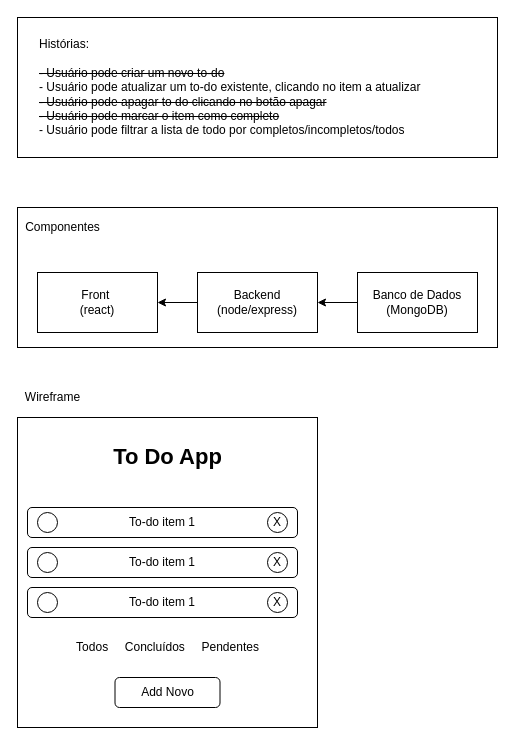
Above: to-do-app.drawio in felipegust/to-do-app (draw.io), before the change. Source tidied: cells renumbered, new cells numbered last; positions are measured from the earlier drawing's top-left corner, leaving out a move shared by most shapes. Both pictures are drawn from the tidied source at 100%, with x=0, y=0 at pixel (17, 17).
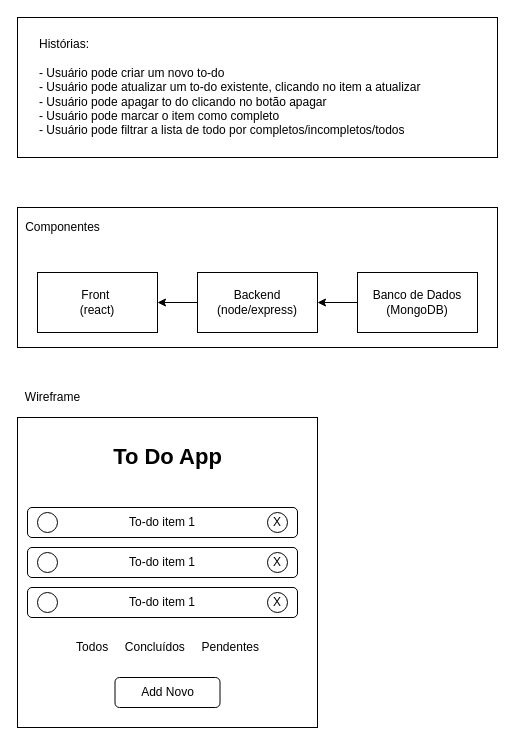
The same page after the edit.

Diff of the diagram source:
```diff
@@
-    <mxCell id="9" value="Histórias:&lt;br&gt;&lt;br&gt;&lt;strike&gt;- Usuário pode criar um novo to-do&lt;br&gt;&lt;/strike&gt;- Usuário pode atualizar um to-do existente, clicando no item a atualizar&lt;br&gt;&lt;strike&gt;- Usuário pode apagar to do clicando no botão apagar&lt;/strike&gt;&lt;br&gt;&lt;strike&gt;- Usuário pode marcar o item como completo&lt;/strike&gt;&lt;br&gt;- Usuário pode filtrar a lista de todo por completos/incompletos/todos" style="text;html=1;align=left;verticalAlign=middle;strokeColor=none;labelBackgroundColor=#ffffff;" parent="1" vertex="1">
+    <mxCell id="9" value="Histórias:&lt;br&gt;&lt;br&gt;- Usuário pode criar um novo to-do&lt;br&gt;- Usuário pode atualizar um to-do existente, clicando no item a atualizar&lt;br&gt;- Usuário pode apagar to do clicando no botão apagar&lt;br&gt;- Usuário pode marcar o item como completo&lt;br&gt;- Usuário pode filtrar a lista de todo por completos/incompletos/todos" style="text;html=1;align=left;verticalAlign=middle;strokeColor=none;labelBackgroundColor=#ffffff;" parent="1" vertex="1">
       <mxGeometry x="20" y="20" width="400" height="100" as="geometry" />
     </mxCell>
```
